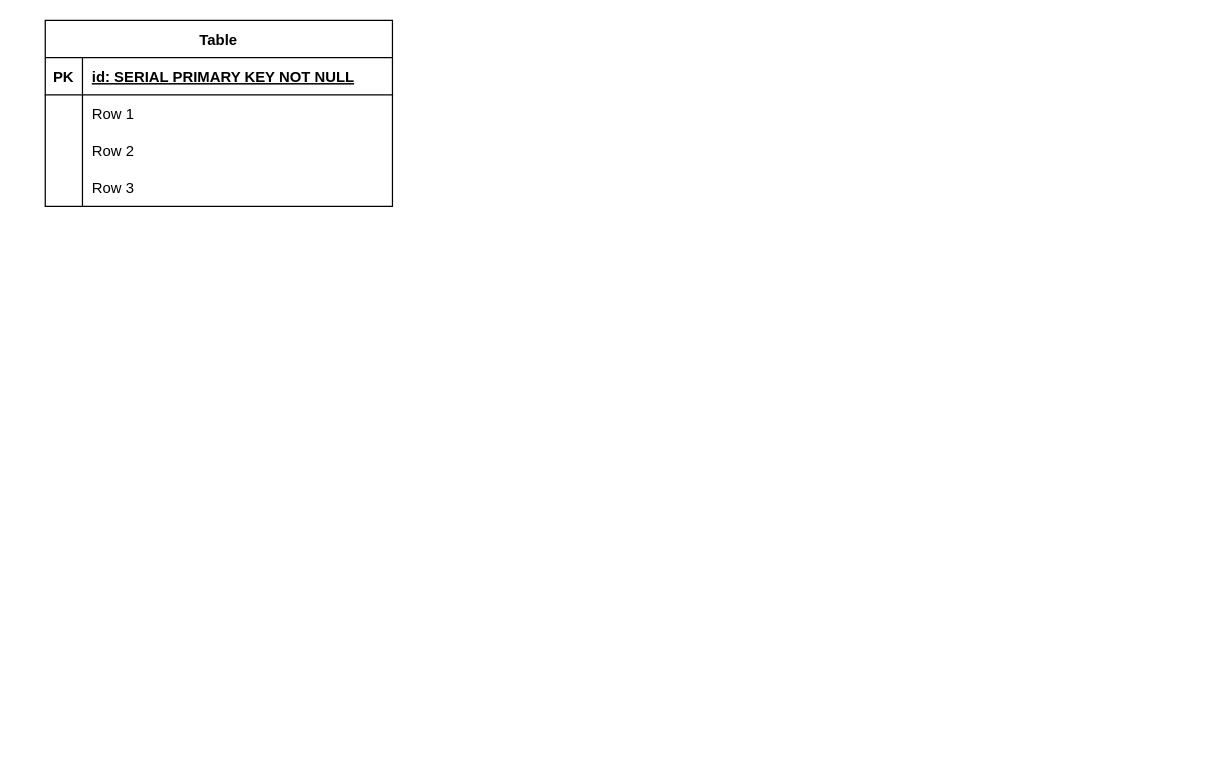
Earlier version of the draw.io diagram sql/erd/LightBnB.drawio (navycuda/LightBnb). Source tidied: cells renumbered, new cells numbered last; positions are measured from the earlier drawing's top-left corner, leaving out a move shared by most shapes. Both pictures are drawn from the tidied source at 124%, with x=0, y=0 at pixel (45, 20).
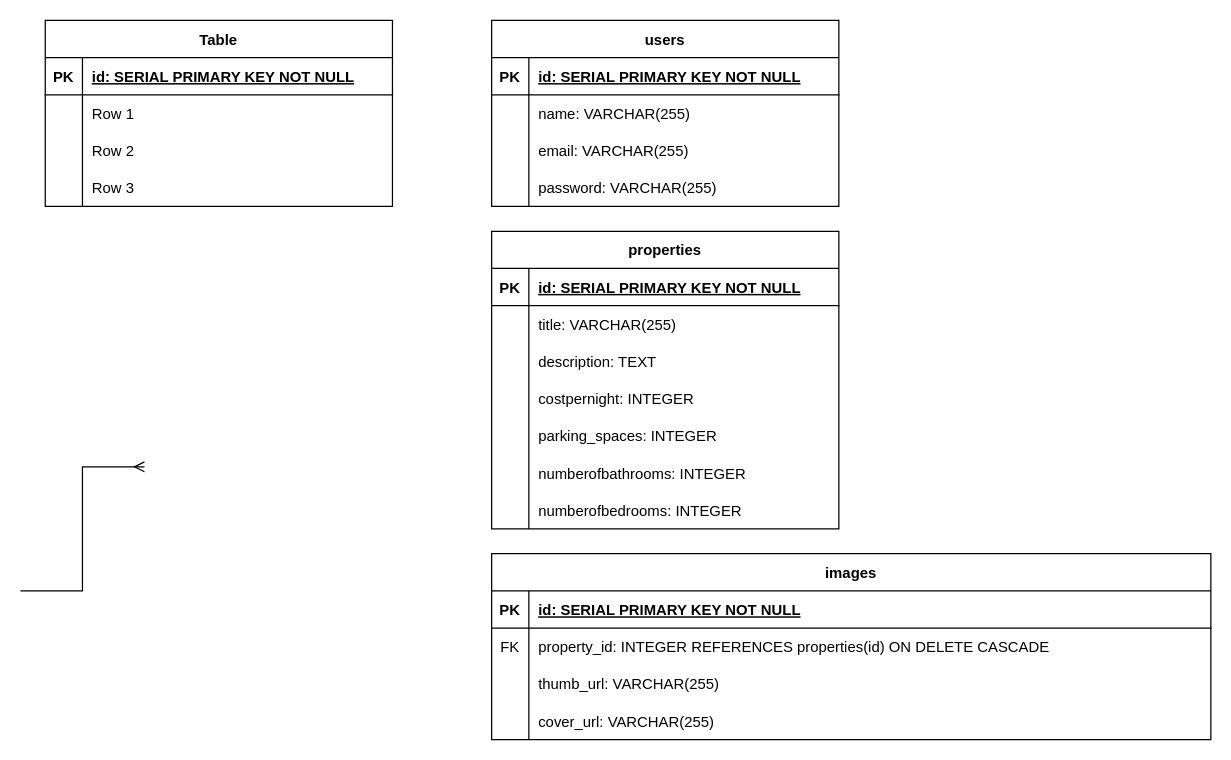
The same diagram, later.

What changed in the source:
```diff
@@
+    <mxCell id="15" style="edgeStyle=elbowEdgeStyle;fontSize=12;html=1;endArrow=ERmany;rounded=0;" parent="1" edge="1">
+      <mxGeometry relative="1" as="geometry">
+        <mxPoint x="-20" y="460" as="sourcePoint" />
+        <mxPoint x="80" y="360" as="targetPoint" />
+      </mxGeometry>
+    </mxCell>
+    <mxCell id="16" value="users" style="shape=table;startSize=30;childLayout=tableLayout;rowLines=0;fontStyle=1;align=center;" parent="1" vertex="1">
+      <mxGeometry x="360" width="280" height="150" as="geometry" />
+    </mxCell>
+    <mxCell id="17" style="shape=tableRow;horizontal=0;startSize=0;swimlaneHead=0;swimlaneBody=0;fillColor=none;top=0;left=0;right=0;bottom=1;" parent="16" vertex="1">
+      <mxGeometry y="30" width="280" height="30" as="geometry" />
+    </mxCell>
+    <mxCell id="18" value="PK" style="shape=partialRectangle;fillColor=none;top=0;left=0;bottom=0;right=0;fontStyle=1;overflow=hidden;" parent="17" vertex="1">
+      <mxGeometry width="30" height="30" as="geometry" />
+    </mxCell>
+    <mxCell id="19" value="id: SERIAL PRIMARY KEY NOT NULL" style="shape=partialRectangle;fillColor=none;top=0;left=0;bottom=0;right=0;align=left;spacingLeft=6;fontStyle=5;overflow=hidden;" parent="17" vertex="1">
+      <mxGeometry x="30" width="250" height="30" as="geometry" />
+    </mxCell>
+    <mxCell id="20" style="shape=tableRow;horizontal=0;startSize=0;swimlaneHead=0;swimlaneBody=0;fillColor=none;top=0;left=0;right=0;bottom=0;" parent="16" vertex="1">
+      <mxGeometry y="60" width="280" height="30" as="geometry" />
+    </mxCell>
+    <mxCell id="21" style="shape=partialRectangle;fillColor=none;top=0;left=0;bottom=0;right=0;overflow=hidden;" parent="20" vertex="1">
+      <mxGeometry width="30" height="30" as="geometry" />
+    </mxCell>
+    <mxCell id="22" value="name: VARCHAR(255)" style="shape=partialRectangle;fillColor=none;top=0;left=0;bottom=0;right=0;align=left;spacingLeft=6;overflow=hidden;" parent="20" vertex="1">
+      <mxGeometry x="30" width="250" height="30" as="geometry" />
+    </mxCell>
+    <mxCell id="23" style="shape=tableRow;horizontal=0;startSize=0;swimlaneHead=0;swimlaneBody=0;fillColor=none;top=0;left=0;right=0;bottom=0;" parent="16" vertex="1">
+      <mxGeometry y="90" width="280" height="30" as="geometry" />
+    </mxCell>
+    <mxCell id="24" style="shape=partialRectangle;fillColor=none;top=0;left=0;bottom=0;right=0;overflow=hidden;" parent="23" vertex="1">
+      <mxGeometry width="30" height="30" as="geometry" />
+    </mxCell>
+    <mxCell id="25" value="email: VARCHAR(255)" style="shape=partialRectangle;fillColor=none;top=0;left=0;bottom=0;right=0;align=left;spacingLeft=6;overflow=hidden;" parent="23" vertex="1">
+      <mxGeometry x="30" width="250" height="30" as="geometry" />
+    </mxCell>
+    <mxCell id="26" style="shape=tableRow;horizontal=0;startSize=0;swimlaneHead=0;swimlaneBody=0;fillColor=none;top=0;left=0;right=0;bottom=0;" parent="16" vertex="1">
+      <mxGeometry y="120" width="280" height="30" as="geometry" />
+    </mxCell>
+    <mxCell id="27" style="shape=partialRectangle;fillColor=none;top=0;left=0;bottom=0;right=0;overflow=hidden;" parent="26" vertex="1">
+      <mxGeometry width="30" height="30" as="geometry" />
+    </mxCell>
+    <mxCell id="28" value="password: VARCHAR(255)" style="shape=partialRectangle;fillColor=none;top=0;left=0;bottom=0;right=0;align=left;spacingLeft=6;overflow=hidden;" parent="26" vertex="1">
+      <mxGeometry x="30" width="250" height="30" as="geometry" />
+    </mxCell>
+    <mxCell id="29" value="properties" style="shape=table;startSize=30;childLayout=tableLayout;rowLines=0;fontStyle=1;align=center;" parent="1" vertex="1">
+      <mxGeometry x="360" y="170" width="280" height="240" as="geometry" />
+    </mxCell>
+    <mxCell id="30" style="shape=tableRow;horizontal=0;startSize=0;swimlaneHead=0;swimlaneBody=0;fillColor=none;top=0;left=0;right=0;bottom=1;" parent="29" vertex="1">
+      <mxGeometry y="30" width="280" height="30" as="geometry" />
+    </mxCell>
+    <mxCell id="31" value="PK" style="shape=partialRectangle;fillColor=none;top=0;left=0;bottom=0;right=0;fontStyle=1;overflow=hidden;" parent="30" vertex="1">
+      <mxGeometry width="30" height="30" as="geometry" />
+    </mxCell>
+    <mxCell id="32" value="id: SERIAL PRIMARY KEY NOT NULL" style="shape=partialRectangle;fillColor=none;top=0;left=0;bottom=0;right=0;align=left;spacingLeft=6;fontStyle=5;overflow=hidden;" parent="30" vertex="1">
+      <mxGeometry x="30" width="250" height="30" as="geometry" />
+    </mxCell>
+    <mxCell id="33" style="shape=tableRow;horizontal=0;startSize=0;swimlaneHead=0;swimlaneBody=0;fillColor=none;top=0;left=0;right=0;bottom=0;" parent="29" vertex="1">
+      <mxGeometry y="60" width="280" height="30" as="geometry" />
+    </mxCell>
+    <mxCell id="34" style="shape=partialRectangle;fillColor=none;top=0;left=0;bottom=0;right=0;overflow=hidden;" parent="33" vertex="1">
+      <mxGeometry width="30" height="30" as="geometry" />
+    </mxCell>
+    <mxCell id="35" value="title: VARCHAR(255)" style="shape=partialRectangle;fillColor=none;top=0;left=0;bottom=0;right=0;align=left;spacingLeft=6;overflow=hidden;" parent="33" vertex="1">
+      <mxGeometry x="30" width="250" height="30" as="geometry" />
+    </mxCell>
+    <mxCell id="36" style="shape=tableRow;horizontal=0;startSize=0;swimlaneHead=0;swimlaneBody=0;fillColor=none;top=0;left=0;right=0;bottom=0;" parent="29" vertex="1">
+      <mxGeometry y="90" width="280" height="30" as="geometry" />
+    </mxCell>
+    <mxCell id="37" style="shape=partialRectangle;fillColor=none;top=0;left=0;bottom=0;right=0;overflow=hidden;" parent="36" vertex="1">
+      <mxGeometry width="30" height="30" as="geometry" />
+    </mxCell>
+    <mxCell id="38" value="description: TEXT" style="shape=partialRectangle;fillColor=none;top=0;left=0;bottom=0;right=0;align=left;spacingLeft=6;overflow=hidden;" parent="36" vertex="1">
+      <mxGeometry x="30" width="250" height="30" as="geometry" />
+    </mxCell>
+    <mxCell id="39" style="shape=tableRow;horizontal=0;startSize=0;swimlaneHead=0;swimlaneBody=0;fillColor=none;top=0;left=0;right=0;bottom=0;" parent="29" vertex="1">
+      <mxGeometry y="120" width="280" height="30" as="geometry" />
+    </mxCell>
+    <mxCell id="40" style="shape=partialRectangle;fillColor=none;top=0;left=0;bottom=0;right=0;overflow=hidden;" parent="39" vertex="1">
+      <mxGeometry width="30" height="30" as="geometry" />
+    </mxCell>
+    <mxCell id="41" value="costpernight: INTEGER" style="shape=partialRectangle;fillColor=none;top=0;left=0;bottom=0;right=0;align=left;spacingLeft=6;overflow=hidden;" parent="39" vertex="1">
+      <mxGeometry x="30" width="250" height="30" as="geometry" />
+    </mxCell>
+    <mxCell id="42" style="shape=tableRow;horizontal=0;startSize=0;swimlaneHead=0;swimlaneBody=0;fillColor=none;top=0;left=0;right=0;bottom=0;" parent="29" vertex="1">
+      <mxGeometry y="150" width="280" height="30" as="geometry" />
+    </mxCell>
+    <mxCell id="43" style="shape=partialRectangle;fillColor=none;top=0;left=0;bottom=0;right=0;overflow=hidden;" parent="42" vertex="1">
+      <mxGeometry width="30" height="30" as="geometry" />
+    </mxCell>
+    <mxCell id="44" value="parking_spaces: INTEGER" style="shape=partialRectangle;fillColor=none;top=0;left=0;bottom=0;right=0;align=left;spacingLeft=6;overflow=hidden;" parent="42" vertex="1">
+      <mxGeometry x="30" width="250" height="30" as="geometry" />
+    </mxCell>
+    <mxCell id="45" style="shape=tableRow;horizontal=0;startSize=0;swimlaneHead=0;swimlaneBody=0;fillColor=none;top=0;left=0;right=0;bottom=0;" parent="29" vertex="1">
+      <mxGeometry y="180" width="280" height="30" as="geometry" />
+    </mxCell>
+    <mxCell id="46" style="shape=partialRectangle;fillColor=none;top=0;left=0;bottom=0;right=0;overflow=hidden;" parent="45" vertex="1">
+      <mxGeometry width="30" height="30" as="geometry" />
+    </mxCell>
+    <mxCell id="47" value="numberofbathrooms: INTEGER" style="shape=partialRectangle;fillColor=none;top=0;left=0;bottom=0;right=0;align=left;spacingLeft=6;overflow=hidden;" parent="45" vertex="1">
+      <mxGeometry x="30" width="250" height="30" as="geometry" />
+    </mxCell>
+    <mxCell id="48" style="shape=tableRow;horizontal=0;startSize=0;swimlaneHead=0;swimlaneBody=0;fillColor=none;top=0;left=0;right=0;bottom=0;" parent="29" vertex="1">
+      <mxGeometry y="210" width="280" height="30" as="geometry" />
+    </mxCell>
+    <mxCell id="49" style="shape=partialRectangle;fillColor=none;top=0;left=0;bottom=0;right=0;overflow=hidden;" parent="48" vertex="1">
+      <mxGeometry width="30" height="30" as="geometry" />
+    </mxCell>
+    <mxCell id="50" value="numberofbedrooms: INTEGER" style="shape=partialRectangle;fillColor=none;top=0;left=0;bottom=0;right=0;align=left;spacingLeft=6;overflow=hidden;" parent="48" vertex="1">
+      <mxGeometry x="30" width="250" height="30" as="geometry" />
+    </mxCell>
+    <mxCell id="51" value="images" style="shape=table;startSize=30;childLayout=tableLayout;rowLines=0;fontStyle=1;align=center;" parent="1" vertex="1">
+      <mxGeometry x="360" y="430" width="580" height="150" as="geometry" />
+    </mxCell>
+    <mxCell id="52" style="shape=tableRow;horizontal=0;startSize=0;swimlaneHead=0;swimlaneBody=0;fillColor=none;top=0;left=0;right=0;bottom=1;" parent="51" vertex="1">
+      <mxGeometry y="30" width="580" height="30" as="geometry" />
+    </mxCell>
+    <mxCell id="53" value="PK" style="shape=partialRectangle;fillColor=none;top=0;left=0;bottom=0;right=0;fontStyle=1;overflow=hidden;" parent="52" vertex="1">
+      <mxGeometry width="30" height="30" as="geometry" />
+    </mxCell>
+    <mxCell id="54" value="id: SERIAL PRIMARY KEY NOT NULL" style="shape=partialRectangle;fillColor=none;top=0;left=0;bottom=0;right=0;align=left;spacingLeft=6;fontStyle=5;overflow=hidden;" parent="52" vertex="1">
+      <mxGeometry x="30" width="550" height="30" as="geometry" />
+    </mxCell>
+    <mxCell id="55" style="shape=tableRow;horizontal=0;startSize=0;swimlaneHead=0;swimlaneBody=0;fillColor=none;top=0;left=0;right=0;bottom=0;" parent="51" vertex="1">
+      <mxGeometry y="60" width="580" height="30" as="geometry" />
+    </mxCell>
+    <mxCell id="56" value="FK" style="shape=partialRectangle;fillColor=none;top=0;left=0;bottom=0;right=0;overflow=hidden;" parent="55" vertex="1">
+      <mxGeometry width="30" height="30" as="geometry" />
+    </mxCell>
+    <mxCell id="57" value="property_id: INTEGER REFERENCES properties(id) ON DELETE CASCADE" style="shape=partialRectangle;fillColor=none;top=0;left=0;bottom=0;right=0;align=left;spacingLeft=6;overflow=hidden;" parent="55" vertex="1">
+      <mxGeometry x="30" width="550" height="30" as="geometry" />
+    </mxCell>
+    <mxCell id="58" style="shape=tableRow;horizontal=0;startSize=0;swimlaneHead=0;swimlaneBody=0;fillColor=none;top=0;left=0;right=0;bottom=0;" parent="51" vertex="1">
+      <mxGeometry y="90" width="580" height="30" as="geometry" />
+    </mxCell>
+    <mxCell id="59" style="shape=partialRectangle;fillColor=none;top=0;left=0;bottom=0;right=0;overflow=hidden;" parent="58" vertex="1">
+      <mxGeometry width="30" height="30" as="geometry" />
+    </mxCell>
+    <mxCell id="60" value="thumb_url: VARCHAR(255)" style="shape=partialRectangle;fillColor=none;top=0;left=0;bottom=0;right=0;align=left;spacingLeft=6;overflow=hidden;" parent="58" vertex="1">
+      <mxGeometry x="30" width="550" height="30" as="geometry" />
+    </mxCell>
+    <mxCell id="61" style="shape=tableRow;horizontal=0;startSize=0;swimlaneHead=0;swimlaneBody=0;fillColor=none;top=0;left=0;right=0;bottom=0;" parent="51" vertex="1">
+      <mxGeometry y="120" width="580" height="30" as="geometry" />
+    </mxCell>
+    <mxCell id="62" style="shape=partialRectangle;fillColor=none;top=0;left=0;bottom=0;right=0;overflow=hidden;" parent="61" vertex="1">
+      <mxGeometry width="30" height="30" as="geometry" />
+    </mxCell>
+    <mxCell id="63" value="cover_url: VARCHAR(255)" style="shape=partialRectangle;fillColor=none;top=0;left=0;bottom=0;right=0;align=left;spacingLeft=6;overflow=hidden;" parent="61" vertex="1">
+      <mxGeometry x="30" width="550" height="30" as="geometry" />
+    </mxCell>
```
